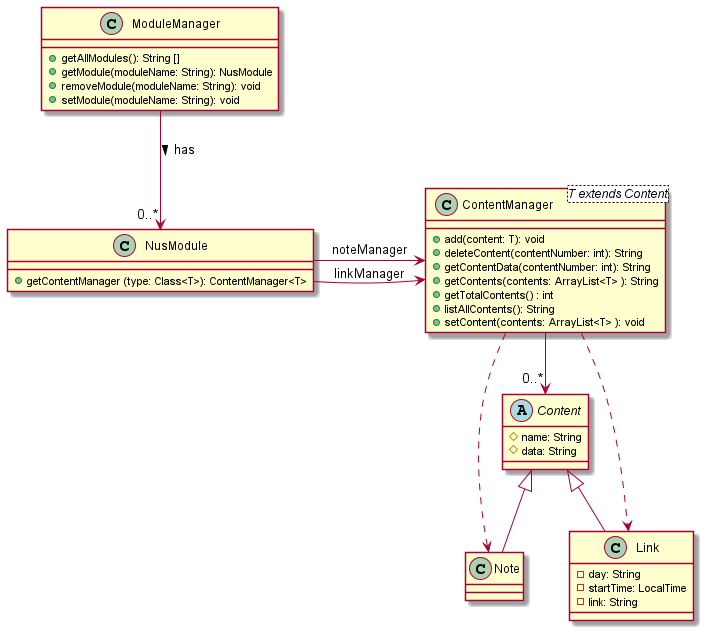
The PlantUML diagram docs/attachments/Module.png in nus-cs2113-AY2122S1/tp, before a commit. The source it was exported from:
```plantuml
@startuml




Content <|-- Note
Content <|-- Link
ContentManager --> "0..*" Content
ContentManager ..>  Note
ContentManager ..>  Link

NusModule -> ContentManager: noteManager
NusModule -> ContentManager: linkManager

ModuleManager  --> "0..*" NusModule :  has >

class ModuleManager {
  + getAllModules(): String []
  + getModule(moduleName: String): NusModule
  + removeModule(moduleName: String): void
  + setModule(moduleName: String): void
}

class NusModule {
  + getContentManager (type: Class<T>): ContentManager<T>
}

class ContentManager <T extends Content> {
  + add(content: T): void
  + deleteContent(contentNumber: int): String
  + getContentData(contentNumber: int): String
  + getContents(contents: ArrayList<T> ): String
  + getTotalContents() : int
  + listAllContents(): String
  + setContent(contents: ArrayList<T> ): void
}

abstract class Content {
  # name: String
  # data: String
}

class Link {
  - day: String
  - startTime: LocalTime
  - link: String
}

class Note {
}
@enduml
```
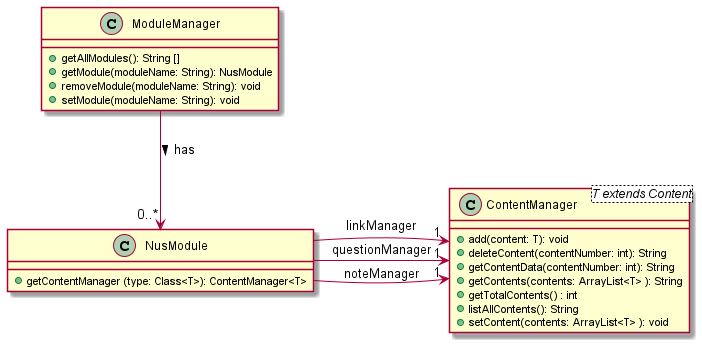
Later version of the same file.

Commit message:
Update Content and Module DG

The edit, as a diff of the source:
```diff
@@ -3,14 +3,10 @@
 
 
 
-Content <|-- Note
-Content <|-- Link
-ContentManager --> "0..*" Content
-ContentManager ..>  Note
-ContentManager ..>  Link
 
-NusModule -> ContentManager: noteManager
-NusModule -> ContentManager: linkManager
+NusModule -> "1" ContentManager: noteManager
+NusModule -> "1" ContentManager: linkManager
+NusModule -> "1" ContentManager: questionManager
 
 ModuleManager  --> "0..*" NusModule :  has >
 
@@ -25,27 +21,6 @@
   + getContentManager (type: Class<T>): ContentManager<T>
 }
 
-class ContentManager <T extends Content> {
-  + add(content: T): void
-  + deleteContent(contentNumber: int): String
-  + getContentData(contentNumber: int): String
-  + getContents(contents: ArrayList<T> ): String
-  + getTotalContents() : int
-  + listAllContents(): String
-  + setContent(contents: ArrayList<T> ): void
-}
+ !includesub Content.puml!CONTENTMANAGER
 
-abstract class Content {
-  # name: String
-  # data: String
-}
-
-class Link {
-  - day: String
-  - startTime: LocalTime
-  - link: String
-}
-
-class Note {
-}
 @enduml
```
